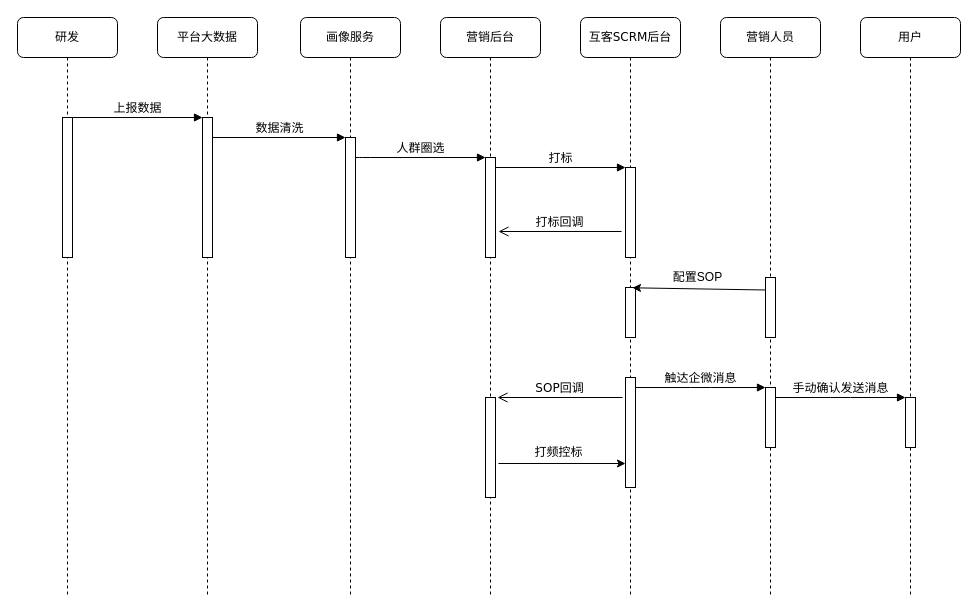
This is 生命周期维护/未命名绘图.drawio from lijinming0505/draw_picture, a draw.io file, before an edit. Source tidied: cells renumbered, new cells numbered last; positions are measured from the earlier drawing's top-left corner, leaving out a move shared by most shapes. Both pictures are drawn from the tidied source at 100%, with x=0, y=0 at pixel (17, 17).
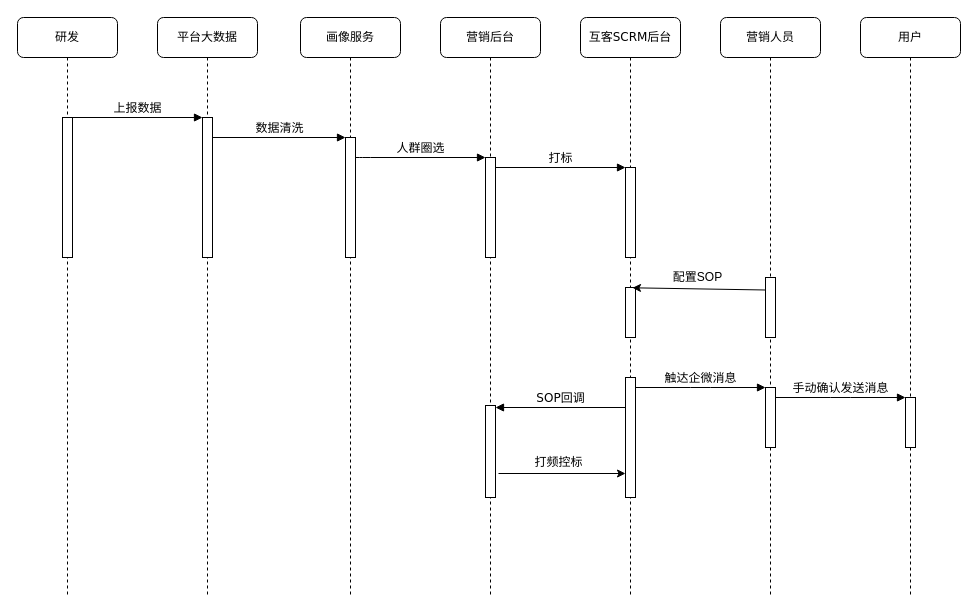
After the change.

Commit message:
更新未命名绘图.drawio

The change refers to these unchanged cells:
```xml
<mxCell id="6" value="营销后台" style="shape=umlLifeline;perimeter=lifelinePerimeter;whiteSpace=wrap;html=1;rounded=1;shadow=0;comic=0;labelBackgroundColor=none;strokeWidth=1;fontFamily=Verdana;fontSize=12;align=center;" parent="1" vertex="1">
  <mxGeometry x="423" width="100" height="580" as="geometry" />
</mxCell>
<mxCell id="9" value="互客SCRM后台" style="shape=umlLifeline;perimeter=lifelinePerimeter;whiteSpace=wrap;html=1;rounded=1;shadow=0;comic=0;labelBackgroundColor=none;strokeWidth=1;fontFamily=Verdana;fontSize=12;align=center;" parent="1" vertex="1">
  <mxGeometry x="563" width="100" height="580" as="geometry" />
</mxCell>
```

Change to the diagram source:
```diff
@@
     <mxCell id="7" style="html=1;perimeter=orthogonalPerimeter;rounded=0;shadow=0;comic=0;labelBackgroundColor=none;strokeColor=#000000;strokeWidth=1;fillColor=#FFFFFF;fontFamily=Verdana;fontSize=12;fontColor=#000000;align=center;" parent="6" vertex="1">
-      <mxGeometry x="45" y="380" width="10" height="100" as="geometry" />
+      <mxGeometry x="45" y="388" width="10" height="92" as="geometry" />
     </mxCell>
-    <mxCell id="8" value="SOP回调" style="html=1;verticalAlign=bottom;endArrow=open;endSize=8;labelBackgroundColor=none;fontFamily=Verdana;fontSize=12;" parent="6" edge="1">
-      <mxGeometry relative="1" as="geometry">
-        <mxPoint x="182" y="380" as="sourcePoint" />
-        <mxPoint x="57" y="380" as="targetPoint" />
-      </mxGeometry>
-    </mxCell>
@@
     <mxCell id="11" style="html=1;points=[];perimeter=orthogonalPerimeter;rounded=0;shadow=0;comic=0;labelBackgroundColor=none;strokeColor=#000000;strokeWidth=1;fillColor=#FFFFFF;fontFamily=Verdana;fontSize=12;fontColor=#000000;align=center;" parent="9" vertex="1">
-      <mxGeometry x="45" y="360" width="10" height="110" as="geometry" />
+      <mxGeometry x="45" y="360" width="10" height="120" as="geometry" />
     </mxCell>
@@
-    <mxCell id="25" value="打标回调" style="html=1;verticalAlign=bottom;endArrow=open;endSize=8;labelBackgroundColor=none;fontFamily=Verdana;fontSize=12;entryX=1.2;entryY=0.4;entryDx=0;entryDy=0;entryPerimeter=0;" parent="1" edge="1">
-      <mxGeometry relative="1" as="geometry">
-        <mxPoint x="604" y="214" as="sourcePoint" />
-        <mxPoint x="481" y="214" as="targetPoint" />
-      </mxGeometry>
-    </mxCell>
@@
     <mxCell id="30" style="endArrow=classic;html=1;rounded=1;curved=0;entryX=0.2;entryY=0.627;entryDx=0;entryDy=0;entryPerimeter=0;" parent="1" edge="1">
       <mxGeometry relative="1" as="geometry">
-        <mxPoint x="481" y="446" as="sourcePoint" />
-        <mxPoint x="608" y="446" as="targetPoint" />
+        <mxPoint x="481" y="456" as="sourcePoint" />
+        <mxPoint x="608" y="456" as="targetPoint" />
       </mxGeometry>
     </mxCell>
@@
+    <mxCell id="8" value="SOP回调" style="html=1;verticalAlign=bottom;endArrow=block;labelBackgroundColor=none;fontFamily=Verdana;fontSize=12;rounded=1;curved=0;endFill=1;" parent="1" edge="1" source="11">
+      <mxGeometry relative="1" as="geometry">
+        <mxPoint x="478" y="390" as="targetPoint" />
+      </mxGeometry>
+    </mxCell>
```
